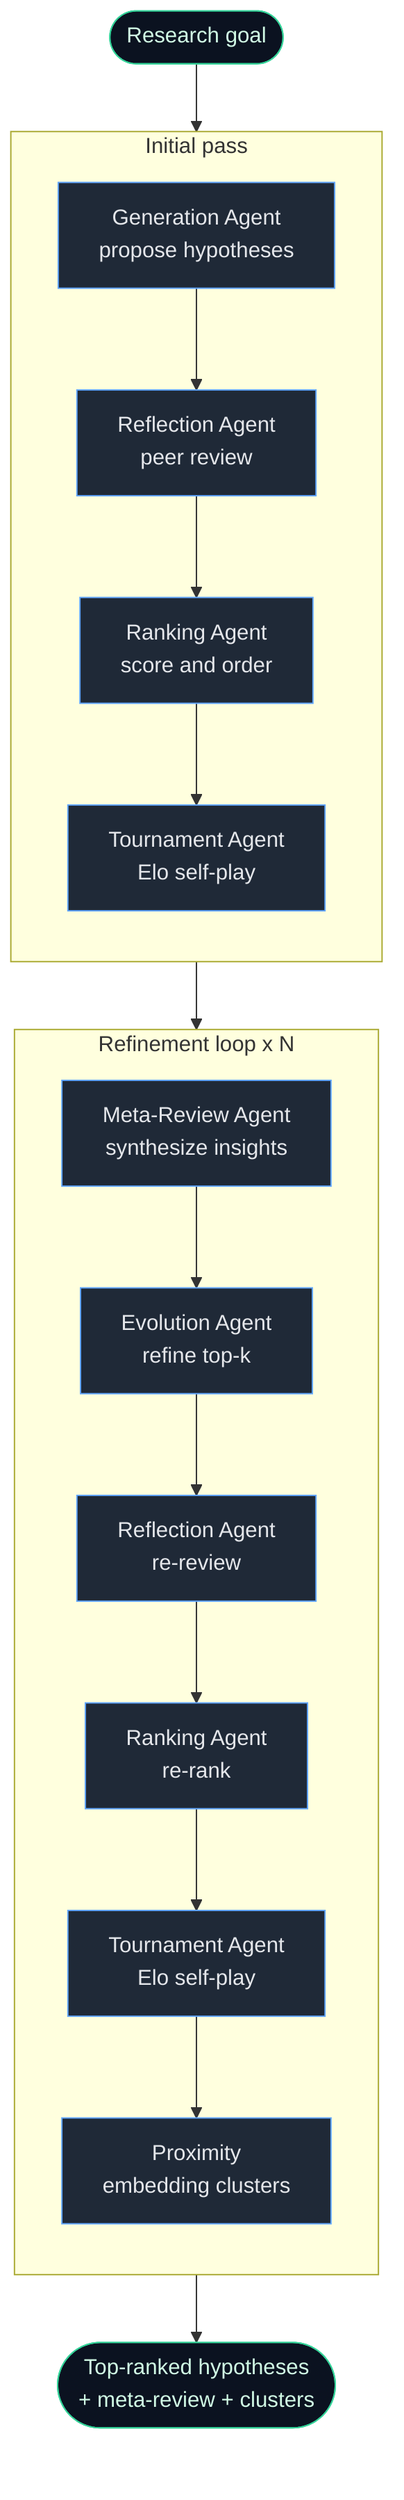
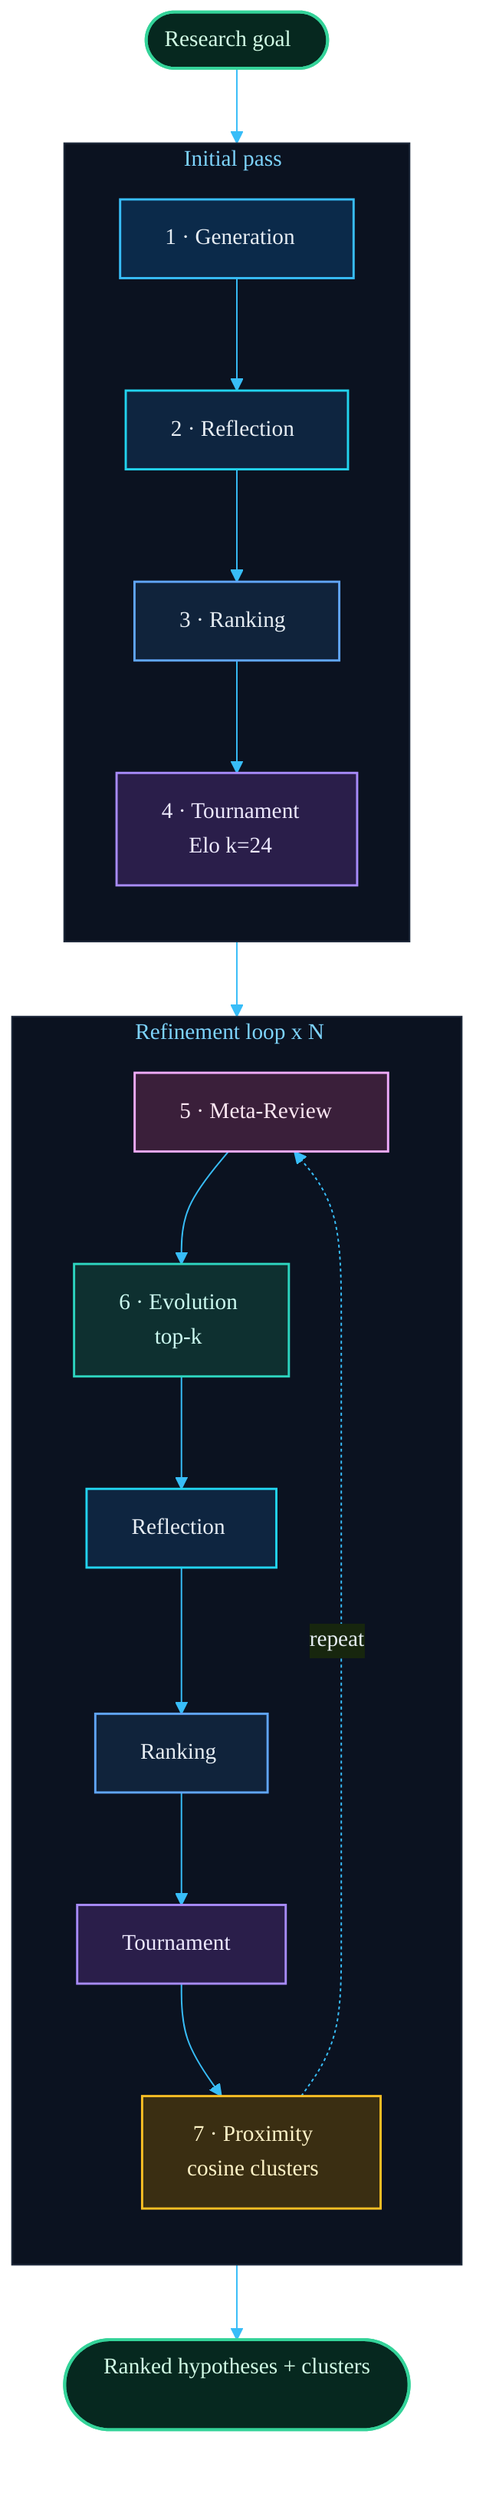
- flowchart TD
-     goal([Research goal]) --> gen
+ %%{init: {'theme':'base','themeVariables':{'background':'#070b14','primaryColor':'#0e1726','primaryTextColor':'#e6edf3','primaryBorderColor':'#22d3ee','lineColor':'#38bdf8','fontFamily':'Inter,Helvetica,sans-serif','fontSize':'15px','clusterBkg':'#0b1220','clusterBorder':'#1e293b','titleColor':'#7dd3fc'}}}%%
+ flowchart TB
+     goal(["Research goal"]):::io --> G

-     subgraph seed[Initial pass]
+     subgraph SEED["Initial pass"]
        direction TB
-         gen[Generation Agent<br/>propose hypotheses] --> ref1[Reflection Agent<br/>peer review]
-         ref1 --> rank1[Ranking Agent<br/>score and order]
-         rank1 --> tour1[Tournament Agent<br/>Elo self-play]
+         G["1 · Generation"]:::gen --> R["2 · Reflection"]:::rev
+         R --> K["3 · Ranking"]:::rank
+         K --> T["4 · Tournament<br/>Elo k=24"]:::tour
    end

-     tour1 --> loop
+     T --> META

-     subgraph loop[Refinement loop x N]
+     subgraph LOOP["Refinement loop x N"]
        direction TB
-         meta[Meta-Review Agent<br/>synthesize insights] --> evo[Evolution Agent<br/>refine top-k]
-         evo --> ref2[Reflection Agent<br/>re-review]
-         ref2 --> rank2[Ranking Agent<br/>re-rank]
-         rank2 --> tour2[Tournament Agent<br/>Elo self-play]
-         tour2 --> prox[Proximity<br/>embedding clusters]
+         META["5 · Meta-Review"]:::meta --> E["6 · Evolution<br/>top-k"]:::evo
+         E --> R2["Reflection"]:::rev
+         R2 --> K2["Ranking"]:::rank
+         K2 --> T2["Tournament"]:::tour
+         T2 --> P["7 · Proximity<br/>cosine clusters"]:::prox
    end

-     loop --> result([Top-ranked hypotheses<br/>+ meta-review + clusters])
+     P -. repeat .-> META
+     P --> OUT(["Ranked hypotheses + clusters"]):::io

-     classDef agent fill:#1f2937,stroke:#60a5fa,stroke-width:1px,color:#e5e7eb;
-     classDef io fill:#0b1220,stroke:#34d399,stroke-width:1px,color:#d1fae5;
-     class gen,ref1,rank1,tour1,meta,evo,ref2,rank2,tour2,prox agent;
-     class goal,result io;
+     classDef io fill:#06281f,stroke:#34d399,color:#d1fae5,stroke-width:2px;
+     classDef gen fill:#0b2a4a,stroke:#38bdf8,color:#e6edf3,stroke-width:1.5px;
+     classDef rev fill:#0e2540,stroke:#22d3ee,color:#e6edf3,stroke-width:1.5px;
+     classDef rank fill:#10233b,stroke:#60a5fa,color:#e6edf3,stroke-width:1.5px;
+     classDef tour fill:#2a1e4a,stroke:#a78bfa,color:#ede9fe,stroke-width:1.5px;
+     classDef meta fill:#3a1f3a,stroke:#f0abfc,color:#fce7f3,stroke-width:1.5px;
+     classDef evo fill:#0e3030,stroke:#2dd4bf,color:#ccfbf1,stroke-width:1.5px;
+     classDef prox fill:#3a2e12,stroke:#fbbf24,color:#fef3c7,stroke-width:1.5px;
+     classDef ghost fill:transparent,stroke:transparent,color:#94a3b8;
